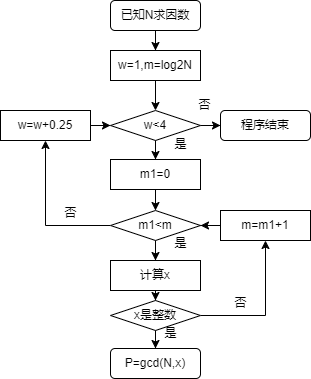
lynxswf/lynxswf keeps this draw.io diagram as 未命名绘图.drawio.png. Above is the earlier version. Source tidied: cells renumbered, new cells last; positions are measured from the earlier drawing's top-left corner, leaving out a move shared by most shapes.
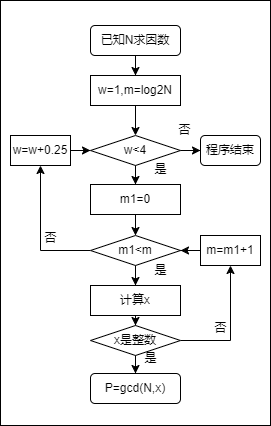
Later version of the same file.

Change to the diagram source:
```diff
@@ -2,6 +2,9 @@
   <root>
     <mxCell id="0" />
     <mxCell id="1" parent="0" />
+    <mxCell id="31" style="whiteSpace=wrap;html=1;" parent="1" vertex="1">
+      <mxGeometry x="20" y="-25" width="270" height="425" as="geometry" />
+    </mxCell>
     <mxCell id="2" style="edgeStyle=orthogonalEdgeStyle;rounded=0;jettySize=auto;html=1;" parent="1" edge="1" source="3" target="5">
       <mxGeometry relative="1" as="geometry" />
     </mxCell>
@@ -57,16 +60,16 @@
       <mxGeometry relative="1" as="geometry" />
     </mxCell>
     <mxCell id="20" value="w=w+0.25" style="rounded=0;whiteSpace=wrap;html=1;" parent="1" vertex="1">
-      <mxGeometry y="110" width="90" height="30" as="geometry" />
+      <mxGeometry x="30" y="110" width="60" height="30" as="geometry" />
     </mxCell>
     <mxCell id="21" value="程序结束" style="rounded=1;whiteSpace=wrap;html=1;" parent="1" vertex="1">
-      <mxGeometry x="220" y="110" width="90" height="30" as="geometry" />
+      <mxGeometry x="220" y="110" width="60" height="30" as="geometry" />
     </mxCell>
     <mxCell id="22" style="edgeStyle=orthogonalEdgeStyle;rounded=0;jettySize=auto;html=1;" parent="1" edge="1" source="23" target="12">
       <mxGeometry relative="1" as="geometry" />
     </mxCell>
     <mxCell id="23" value="m=m1+1" style="rounded=0;whiteSpace=wrap;html=1;" parent="1" vertex="1">
-      <mxGeometry x="220" y="210" width="90" height="30" as="geometry" />
+      <mxGeometry x="220" y="210" width="60" height="30" as="geometry" />
     </mxCell>
     <mxCell id="24" value="否" style="text;html=1;align=center;verticalAlign=middle;strokeColor=none;fillColor=none;" parent="1" vertex="1">
       <mxGeometry x="220" y="288" width="40" height="30" as="geometry" />
@@ -81,7 +84,7 @@
       <mxGeometry x="160" y="129" width="40" height="30" as="geometry" />
     </mxCell>
     <mxCell id="28" value="是" style="text;html=1;align=center;verticalAlign=middle;strokeColor=none;fillColor=none;" parent="1" vertex="1">
-      <mxGeometry x="160" y="228" width="40" height="30" as="geometry" />
+      <mxGeometry x="160" y="230" width="40" height="30" as="geometry" />
     </mxCell>
     <mxCell id="29" value="否" style="text;html=1;align=center;verticalAlign=middle;strokeColor=none;fillColor=none;" parent="1" vertex="1">
       <mxGeometry x="184" y="90" width="40" height="30" as="geometry" />
```
